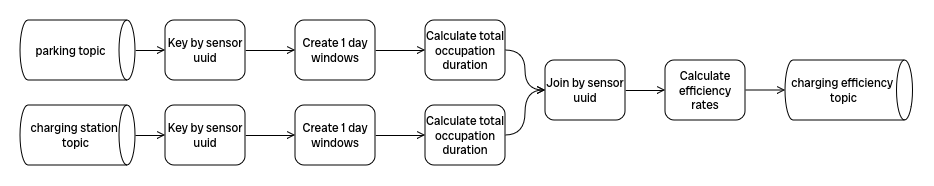
7Last/docs keeps this draw.io diagram as images/specifica_tecnica/charging_efficiency_flow.png. Above is the earlier version. Source tidied: cells renumbered, new cells last; positions are measured from the earlier drawing's top-left corner, leaving out a move shared by most shapes. Its diagram source:
```xml
<mxGraphModel>
  <root>
    <mxCell id="0" />
    <mxCell id="1" parent="0" />
    <mxCell id="2" style="edgeStyle=orthogonalEdgeStyle;rounded=0;jettySize=auto;html=1;entryX=0;entryY=0.5;entryDx=0;entryDy=0;endArrow=open;endFill=0;fontFamily=Radio Canada Big;fontSource=https%3A%2F%2Ffonts.googleapis.com%2Fcss%3Ffamily%3DRadio%2BCanada%2BBig;" parent="1" edge="1" target="6">
      <mxGeometry relative="1" as="geometry">
        <mxPoint x="115" y="58" as="sourcePoint" />
      </mxGeometry>
    </mxCell>
    <mxCell id="3" style="shape=cylinder3;whiteSpace=wrap;html=1;boundedLbl=1;backgroundOutline=1;size=8;rotation=90;fontFamily=Radio Canada Big;fontSource=https%3A%2F%2Ffonts.googleapis.com%2Fcss%3Ffamily%3DRadio%2BCanada%2BBig;" parent="1" vertex="1">
      <mxGeometry x="27.5" y="85.5" width="60" height="115" as="geometry" />
    </mxCell>
    <mxCell id="4" value="&lt;div&gt;charging station&amp;nbsp;&lt;/div&gt;&lt;div&gt;topic&lt;/div&gt;" style="text;html=1;align=center;verticalAlign=middle;strokeColor=none;fillColor=none;fontFamily=Radio Canada Big;fontSource=https%3A%2F%2Ffonts.googleapis.com%2Fcss%3Ffamily%3DRadio%2BCanada%2BBig;" parent="1" vertex="1">
      <mxGeometry y="123" width="110" height="40" as="geometry" />
    </mxCell>
    <mxCell id="5" style="edgeStyle=orthogonalEdgeStyle;shape=connector;rounded=0;jettySize=auto;html=1;exitX=1;exitY=0.5;exitDx=0;exitDy=0;strokeColor=default;align=center;verticalAlign=middle;fontFamily=Radio Canada Big;fontSize=11;fontColor=default;labelBackgroundColor=default;endArrow=open;endFill=0;fontSource=https%3A%2F%2Ffonts.googleapis.com%2Fcss%3Ffamily%3DRadio%2BCanada%2BBig;" parent="1" edge="1" source="6" target="11">
      <mxGeometry relative="1" as="geometry" />
    </mxCell>
    <mxCell id="6" value="Key by sensor uuid" style="rounded=1;whiteSpace=wrap;html=1;fontFamily=Radio Canada Big;fontSource=https%3A%2F%2Ffonts.googleapis.com%2Fcss%3Ffamily%3DRadio%2BCanada%2BBig;" parent="1" vertex="1">
      <mxGeometry x="145" y="28" width="80" height="60" as="geometry" />
    </mxCell>
    <mxCell id="7" style="edgeStyle=orthogonalEdgeStyle;rounded=0;jettySize=auto;html=1;entryX=0;entryY=0.5;entryDx=0;entryDy=0;exitX=0.5;exitY=0;exitDx=0;exitDy=0;exitPerimeter=0;endArrow=open;endFill=0;fontFamily=Radio Canada Big;fontSource=https%3A%2F%2Ffonts.googleapis.com%2Fcss%3Ffamily%3DRadio%2BCanada%2BBig;" parent="1" edge="1" source="3" target="9">
      <mxGeometry relative="1" as="geometry" />
    </mxCell>
    <mxCell id="8" style="edgeStyle=orthogonalEdgeStyle;shape=connector;rounded=0;jettySize=auto;html=1;exitX=1;exitY=0.5;exitDx=0;exitDy=0;entryX=0;entryY=0.5;entryDx=0;entryDy=0;strokeColor=default;align=center;verticalAlign=middle;fontFamily=Radio Canada Big;fontSize=11;fontColor=default;labelBackgroundColor=default;endArrow=open;endFill=0;fontSource=https%3A%2F%2Ffonts.googleapis.com%2Fcss%3Ffamily%3DRadio%2BCanada%2BBig;" parent="1" edge="1" source="9" target="13">
      <mxGeometry relative="1" as="geometry" />
    </mxCell>
    <mxCell id="9" value="Key by sensor uuid&lt;br&gt;" style="rounded=1;whiteSpace=wrap;html=1;fontFamily=Radio Canada Big;fontSource=https%3A%2F%2Ffonts.googleapis.com%2Fcss%3Ffamily%3DRadio%2BCanada%2BBig;" parent="1" vertex="1">
      <mxGeometry x="145" y="113" width="80" height="60" as="geometry" />
    </mxCell>
    <mxCell id="10" style="edgeStyle=orthogonalEdgeStyle;shape=connector;rounded=0;jettySize=auto;html=1;exitX=1;exitY=0.5;exitDx=0;exitDy=0;entryX=0;entryY=0.5;entryDx=0;entryDy=0;strokeColor=default;align=center;verticalAlign=middle;fontFamily=Radio Canada Big;fontSize=11;fontColor=default;labelBackgroundColor=default;endArrow=open;endFill=0;fontSource=https%3A%2F%2Ffonts.googleapis.com%2Fcss%3Ffamily%3DRadio%2BCanada%2BBig;" parent="1" edge="1" source="11" target="15">
      <mxGeometry relative="1" as="geometry" />
    </mxCell>
    <mxCell id="11" value="Create 1 day windows" style="rounded=1;whiteSpace=wrap;html=1;fontFamily=Radio Canada Big;fontSource=https%3A%2F%2Ffonts.googleapis.com%2Fcss%3Ffamily%3DRadio%2BCanada%2BBig;" parent="1" vertex="1">
      <mxGeometry x="275" y="28" width="80" height="60" as="geometry" />
    </mxCell>
    <mxCell id="12" style="edgeStyle=orthogonalEdgeStyle;shape=connector;rounded=0;jettySize=auto;html=1;exitX=1;exitY=0.5;exitDx=0;exitDy=0;entryX=0;entryY=0.5;entryDx=0;entryDy=0;strokeColor=default;align=center;verticalAlign=middle;fontFamily=Radio Canada Big;fontSize=11;fontColor=default;labelBackgroundColor=default;endArrow=open;endFill=0;fontSource=https%3A%2F%2Ffonts.googleapis.com%2Fcss%3Ffamily%3DRadio%2BCanada%2BBig;" parent="1" edge="1" source="13" target="17">
      <mxGeometry relative="1" as="geometry" />
    </mxCell>
    <mxCell id="13" value="Create 1 day windows" style="rounded=1;whiteSpace=wrap;html=1;fontFamily=Radio Canada Big;fontSource=https%3A%2F%2Ffonts.googleapis.com%2Fcss%3Ffamily%3DRadio%2BCanada%2BBig;" parent="1" vertex="1">
      <mxGeometry x="275" y="113" width="80" height="60" as="geometry" />
    </mxCell>
    <mxCell id="14" style="edgeStyle=orthogonalEdgeStyle;shape=connector;rounded=0;jettySize=auto;html=1;exitX=1;exitY=0.5;exitDx=0;exitDy=0;entryX=0;entryY=0.5;entryDx=0;entryDy=0;strokeColor=default;align=center;verticalAlign=middle;fontFamily=Radio Canada Big;fontSize=11;fontColor=default;labelBackgroundColor=default;endArrow=open;endFill=0;curved=1;fontSource=https%3A%2F%2Ffonts.googleapis.com%2Fcss%3Ffamily%3DRadio%2BCanada%2BBig;" parent="1" edge="1" source="15" target="19">
      <mxGeometry relative="1" as="geometry" />
    </mxCell>
    <mxCell id="15" value="Calculate total occupation duration" style="rounded=1;whiteSpace=wrap;html=1;fontFamily=Radio Canada Big;fontSource=https%3A%2F%2Ffonts.googleapis.com%2Fcss%3Ffamily%3DRadio%2BCanada%2BBig;" parent="1" vertex="1">
      <mxGeometry x="405" y="28" width="80" height="60" as="geometry" />
    </mxCell>
    <mxCell id="16" style="edgeStyle=orthogonalEdgeStyle;shape=connector;rounded=0;jettySize=auto;html=1;exitX=1;exitY=0.5;exitDx=0;exitDy=0;entryX=0;entryY=0.5;entryDx=0;entryDy=0;strokeColor=default;align=center;verticalAlign=middle;fontFamily=Radio Canada Big;fontSize=11;fontColor=default;labelBackgroundColor=default;endArrow=open;endFill=0;curved=1;fontSource=https%3A%2F%2Ffonts.googleapis.com%2Fcss%3Ffamily%3DRadio%2BCanada%2BBig;" parent="1" edge="1" source="17" target="19">
      <mxGeometry relative="1" as="geometry" />
    </mxCell>
    <mxCell id="17" value="Calculate total occupation duration" style="rounded=1;whiteSpace=wrap;html=1;fontFamily=Radio Canada Big;fontSource=https%3A%2F%2Ffonts.googleapis.com%2Fcss%3Ffamily%3DRadio%2BCanada%2BBig;" parent="1" vertex="1">
      <mxGeometry x="405" y="113" width="80" height="60" as="geometry" />
    </mxCell>
    <mxCell id="18" style="edgeStyle=orthogonalEdgeStyle;shape=connector;rounded=0;jettySize=auto;html=1;exitX=1;exitY=0.5;exitDx=0;exitDy=0;entryX=0;entryY=0.5;entryDx=0;entryDy=0;strokeColor=default;align=center;verticalAlign=middle;fontFamily=Radio Canada Big;fontSize=11;fontColor=default;labelBackgroundColor=default;endArrow=open;endFill=0;fontSource=https%3A%2F%2Ffonts.googleapis.com%2Fcss%3Ffamily%3DRadio%2BCanada%2BBig;" parent="1" edge="1" source="19" target="21">
      <mxGeometry relative="1" as="geometry" />
    </mxCell>
    <mxCell id="19" value="Join by sensor uuid" style="rounded=1;whiteSpace=wrap;html=1;fontFamily=Radio Canada Big;fontSource=https%3A%2F%2Ffonts.googleapis.com%2Fcss%3Ffamily%3DRadio%2BCanada%2BBig;" parent="1" vertex="1">
      <mxGeometry x="525" y="68" width="80" height="60" as="geometry" />
    </mxCell>
    <mxCell id="20" style="edgeStyle=orthogonalEdgeStyle;shape=connector;rounded=0;jettySize=auto;html=1;exitX=1;exitY=0.5;exitDx=0;exitDy=0;entryX=0;entryY=0.5;entryDx=0;entryDy=0;strokeColor=default;align=center;verticalAlign=middle;fontFamily=Radio Canada Big;fontSize=11;fontColor=default;labelBackgroundColor=default;endArrow=open;endFill=0;fontSource=https%3A%2F%2Ffonts.googleapis.com%2Fcss%3Ffamily%3DRadio%2BCanada%2BBig;" parent="1" edge="1" source="21">
      <mxGeometry relative="1" as="geometry">
        <mxPoint x="765" y="98" as="targetPoint" />
      </mxGeometry>
    </mxCell>
    <mxCell id="21" value="Calculate efficiency rates" style="rounded=1;whiteSpace=wrap;html=1;fontFamily=Radio Canada Big;fontSource=https%3A%2F%2Ffonts.googleapis.com%2Fcss%3Ffamily%3DRadio%2BCanada%2BBig;" parent="1" vertex="1">
      <mxGeometry x="645" y="68" width="80" height="60" as="geometry" />
    </mxCell>
    <mxCell id="22" style="shape=cylinder3;whiteSpace=wrap;html=1;boundedLbl=1;backgroundOutline=1;size=8;rotation=90;fontFamily=Radio Canada Big;fontSource=https%3A%2F%2Ffonts.googleapis.com%2Fcss%3Ffamily%3DRadio%2BCanada%2BBig;" parent="1" vertex="1">
      <mxGeometry x="27.5" y="0.5" width="60" height="115" as="geometry" />
    </mxCell>
    <mxCell id="23" value="parking topic" style="text;html=1;align=center;verticalAlign=middle;strokeColor=none;fillColor=none;fontFamily=Radio Canada Big;fontSource=https%3A%2F%2Ffonts.googleapis.com%2Fcss%3Ffamily%3DRadio%2BCanada%2BBig;" parent="1" vertex="1">
      <mxGeometry x="5" y="43" width="90" height="30" as="geometry" />
    </mxCell>
    <mxCell id="24" style="shape=cylinder3;whiteSpace=wrap;html=1;boundedLbl=1;backgroundOutline=1;size=8;rotation=90;fontFamily=Radio Canada Big;fontSource=https%3A%2F%2Ffonts.googleapis.com%2Fcss%3Ffamily%3DRadio%2BCanada%2BBig;" parent="1" vertex="1">
      <mxGeometry x="798.8" y="34.2" width="60" height="127.5" as="geometry" />
    </mxCell>
    <mxCell id="25" value="&lt;div&gt;charging efficiency&amp;nbsp;&lt;/div&gt;&lt;div&gt;topic&lt;/div&gt;" style="text;html=1;align=center;verticalAlign=middle;strokeColor=none;fillColor=none;fontFamily=Radio Canada Big;fontSource=https%3A%2F%2Ffonts.googleapis.com%2Fcss%3Ffamily%3DRadio%2BCanada%2BBig;" parent="1" vertex="1">
      <mxGeometry x="758" y="78" width="130" height="40" as="geometry" />
    </mxCell>
  </root>
</mxGraphModel>
```
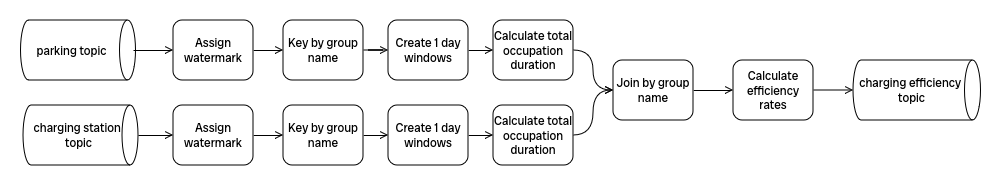
After the commit.

What changed in the source:
```diff
@@ -2,43 +2,41 @@
   <root>
     <mxCell id="0" />
     <mxCell id="1" parent="0" />
-    <mxCell id="2" style="edgeStyle=orthogonalEdgeStyle;rounded=0;jettySize=auto;html=1;entryX=0;entryY=0.5;entryDx=0;entryDy=0;endArrow=open;endFill=0;fontFamily=Radio Canada Big;fontSource=https%3A%2F%2Ffonts.googleapis.com%2Fcss%3Ffamily%3DRadio%2BCanada%2BBig;" parent="1" edge="1" target="6">
-      <mxGeometry relative="1" as="geometry">
-        <mxPoint x="115" y="58" as="sourcePoint" />
-      </mxGeometry>
+    <mxCell id="2" style="rounded=0;jettySize=auto;html=1;entryX=0;entryY=0.5;entryDx=0;entryDy=0;endArrow=open;endFill=0;fontFamily=Radio Canada Big;fontSource=https%3A%2F%2Ffonts.googleapis.com%2Fcss%3Ffamily%3DRadio%2BCanada%2BBig;exitX=1;exitY=0.5;exitDx=0;exitDy=0;" parent="1" edge="1" source="27" target="6">
+      <mxGeometry relative="1" as="geometry" />
     </mxCell>
     <mxCell id="3" style="shape=cylinder3;whiteSpace=wrap;html=1;boundedLbl=1;backgroundOutline=1;size=8;rotation=90;fontFamily=Radio Canada Big;fontSource=https%3A%2F%2Ffonts.googleapis.com%2Fcss%3Ffamily%3DRadio%2BCanada%2BBig;" parent="1" vertex="1">
-      <mxGeometry x="27.5" y="85.5" width="60" height="115" as="geometry" />
+      <mxGeometry x="-37.5" y="85.5" width="60" height="115" as="geometry" />
     </mxCell>
     <mxCell id="4" value="&lt;div&gt;charging station&amp;nbsp;&lt;/div&gt;&lt;div&gt;topic&lt;/div&gt;" style="text;html=1;align=center;verticalAlign=middle;strokeColor=none;fillColor=none;fontFamily=Radio Canada Big;fontSource=https%3A%2F%2Ffonts.googleapis.com%2Fcss%3Ffamily%3DRadio%2BCanada%2BBig;" parent="1" vertex="1">
-      <mxGeometry y="123" width="110" height="40" as="geometry" />
+      <mxGeometry x="-65" y="123" width="110" height="40" as="geometry" />
     </mxCell>
     <mxCell id="5" style="edgeStyle=orthogonalEdgeStyle;shape=connector;rounded=0;jettySize=auto;html=1;exitX=1;exitY=0.5;exitDx=0;exitDy=0;strokeColor=default;align=center;verticalAlign=middle;fontFamily=Radio Canada Big;fontSize=11;fontColor=default;labelBackgroundColor=default;endArrow=open;endFill=0;fontSource=https%3A%2F%2Ffonts.googleapis.com%2Fcss%3Ffamily%3DRadio%2BCanada%2BBig;" parent="1" edge="1" source="6" target="11">
       <mxGeometry relative="1" as="geometry" />
     </mxCell>
-    <mxCell id="6" value="Key by sensor uuid" style="rounded=1;whiteSpace=wrap;html=1;fontFamily=Radio Canada Big;fontSource=https%3A%2F%2Ffonts.googleapis.com%2Fcss%3Ffamily%3DRadio%2BCanada%2BBig;" parent="1" vertex="1">
-      <mxGeometry x="145" y="28" width="80" height="60" as="geometry" />
+    <mxCell id="6" value="Key by group name" style="rounded=1;whiteSpace=wrap;html=1;fontFamily=Radio Canada Big;fontSource=https%3A%2F%2Ffonts.googleapis.com%2Fcss%3Ffamily%3DRadio%2BCanada%2BBig;" parent="1" vertex="1">
+      <mxGeometry x="195" y="28" width="80" height="60" as="geometry" />
     </mxCell>
-    <mxCell id="7" style="edgeStyle=orthogonalEdgeStyle;rounded=0;jettySize=auto;html=1;entryX=0;entryY=0.5;entryDx=0;entryDy=0;exitX=0.5;exitY=0;exitDx=0;exitDy=0;exitPerimeter=0;endArrow=open;endFill=0;fontFamily=Radio Canada Big;fontSource=https%3A%2F%2Ffonts.googleapis.com%2Fcss%3Ffamily%3DRadio%2BCanada%2BBig;" parent="1" edge="1" source="3" target="9">
+    <mxCell id="7" style="edgeStyle=orthogonalEdgeStyle;rounded=0;jettySize=auto;html=1;entryX=0;entryY=0.5;entryDx=0;entryDy=0;exitX=1;exitY=0.5;exitDx=0;exitDy=0;endArrow=open;endFill=0;fontFamily=Radio Canada Big;fontSource=https%3A%2F%2Ffonts.googleapis.com%2Fcss%3Ffamily%3DRadio%2BCanada%2BBig;" parent="1" edge="1" source="29" target="9">
       <mxGeometry relative="1" as="geometry" />
     </mxCell>
     <mxCell id="8" style="edgeStyle=orthogonalEdgeStyle;shape=connector;rounded=0;jettySize=auto;html=1;exitX=1;exitY=0.5;exitDx=0;exitDy=0;entryX=0;entryY=0.5;entryDx=0;entryDy=0;strokeColor=default;align=center;verticalAlign=middle;fontFamily=Radio Canada Big;fontSize=11;fontColor=default;labelBackgroundColor=default;endArrow=open;endFill=0;fontSource=https%3A%2F%2Ffonts.googleapis.com%2Fcss%3Ffamily%3DRadio%2BCanada%2BBig;" parent="1" edge="1" source="9" target="13">
       <mxGeometry relative="1" as="geometry" />
     </mxCell>
-    <mxCell id="9" value="Key by sensor uuid&lt;br&gt;" style="rounded=1;whiteSpace=wrap;html=1;fontFamily=Radio Canada Big;fontSource=https%3A%2F%2Ffonts.googleapis.com%2Fcss%3Ffamily%3DRadio%2BCanada%2BBig;" parent="1" vertex="1">
-      <mxGeometry x="145" y="113" width="80" height="60" as="geometry" />
+    <mxCell id="9" value="Key by group name" style="rounded=1;whiteSpace=wrap;html=1;fontFamily=Radio Canada Big;fontSource=https%3A%2F%2Ffonts.googleapis.com%2Fcss%3Ffamily%3DRadio%2BCanada%2BBig;" parent="1" vertex="1">
+      <mxGeometry x="195" y="113" width="80" height="60" as="geometry" />
     </mxCell>
     <mxCell id="10" style="edgeStyle=orthogonalEdgeStyle;shape=connector;rounded=0;jettySize=auto;html=1;exitX=1;exitY=0.5;exitDx=0;exitDy=0;entryX=0;entryY=0.5;entryDx=0;entryDy=0;strokeColor=default;align=center;verticalAlign=middle;fontFamily=Radio Canada Big;fontSize=11;fontColor=default;labelBackgroundColor=default;endArrow=open;endFill=0;fontSource=https%3A%2F%2Ffonts.googleapis.com%2Fcss%3Ffamily%3DRadio%2BCanada%2BBig;" parent="1" edge="1" source="11" target="15">
       <mxGeometry relative="1" as="geometry" />
     </mxCell>
     <mxCell id="11" value="Create 1 day windows" style="rounded=1;whiteSpace=wrap;html=1;fontFamily=Radio Canada Big;fontSource=https%3A%2F%2Ffonts.googleapis.com%2Fcss%3Ffamily%3DRadio%2BCanada%2BBig;" parent="1" vertex="1">
-      <mxGeometry x="275" y="28" width="80" height="60" as="geometry" />
+      <mxGeometry x="300" y="28" width="80" height="60" as="geometry" />
     </mxCell>
     <mxCell id="12" style="edgeStyle=orthogonalEdgeStyle;shape=connector;rounded=0;jettySize=auto;html=1;exitX=1;exitY=0.5;exitDx=0;exitDy=0;entryX=0;entryY=0.5;entryDx=0;entryDy=0;strokeColor=default;align=center;verticalAlign=middle;fontFamily=Radio Canada Big;fontSize=11;fontColor=default;labelBackgroundColor=default;endArrow=open;endFill=0;fontSource=https%3A%2F%2Ffonts.googleapis.com%2Fcss%3Ffamily%3DRadio%2BCanada%2BBig;" parent="1" edge="1" source="13" target="17">
       <mxGeometry relative="1" as="geometry" />
     </mxCell>
     <mxCell id="13" value="Create 1 day windows" style="rounded=1;whiteSpace=wrap;html=1;fontFamily=Radio Canada Big;fontSource=https%3A%2F%2Ffonts.googleapis.com%2Fcss%3Ffamily%3DRadio%2BCanada%2BBig;" parent="1" vertex="1">
-      <mxGeometry x="275" y="113" width="80" height="60" as="geometry" />
+      <mxGeometry x="300" y="113" width="80" height="60" as="geometry" />
     </mxCell>
     <mxCell id="14" style="edgeStyle=orthogonalEdgeStyle;shape=connector;rounded=0;jettySize=auto;html=1;exitX=1;exitY=0.5;exitDx=0;exitDy=0;entryX=0;entryY=0.5;entryDx=0;entryDy=0;strokeColor=default;align=center;verticalAlign=middle;fontFamily=Radio Canada Big;fontSize=11;fontColor=default;labelBackgroundColor=default;endArrow=open;endFill=0;curved=1;fontSource=https%3A%2F%2Ffonts.googleapis.com%2Fcss%3Ffamily%3DRadio%2BCanada%2BBig;" parent="1" edge="1" source="15" target="19">
       <mxGeometry relative="1" as="geometry" />
@@ -55,7 +53,7 @@
     <mxCell id="18" style="edgeStyle=orthogonalEdgeStyle;shape=connector;rounded=0;jettySize=auto;html=1;exitX=1;exitY=0.5;exitDx=0;exitDy=0;entryX=0;entryY=0.5;entryDx=0;entryDy=0;strokeColor=default;align=center;verticalAlign=middle;fontFamily=Radio Canada Big;fontSize=11;fontColor=default;labelBackgroundColor=default;endArrow=open;endFill=0;fontSource=https%3A%2F%2Ffonts.googleapis.com%2Fcss%3Ffamily%3DRadio%2BCanada%2BBig;" parent="1" edge="1" source="19" target="21">
       <mxGeometry relative="1" as="geometry" />
     </mxCell>
-    <mxCell id="19" value="Join by sensor uuid" style="rounded=1;whiteSpace=wrap;html=1;fontFamily=Radio Canada Big;fontSource=https%3A%2F%2Ffonts.googleapis.com%2Fcss%3Ffamily%3DRadio%2BCanada%2BBig;" parent="1" vertex="1">
+    <mxCell id="19" value="Join by group name" style="rounded=1;whiteSpace=wrap;html=1;fontFamily=Radio Canada Big;fontSource=https%3A%2F%2Ffonts.googleapis.com%2Fcss%3Ffamily%3DRadio%2BCanada%2BBig;" parent="1" vertex="1">
       <mxGeometry x="525" y="68" width="80" height="60" as="geometry" />
     </mxCell>
     <mxCell id="20" style="edgeStyle=orthogonalEdgeStyle;shape=connector;rounded=0;jettySize=auto;html=1;exitX=1;exitY=0.5;exitDx=0;exitDy=0;entryX=0;entryY=0.5;entryDx=0;entryDy=0;strokeColor=default;align=center;verticalAlign=middle;fontFamily=Radio Canada Big;fontSize=11;fontColor=default;labelBackgroundColor=default;endArrow=open;endFill=0;fontSource=https%3A%2F%2Ffonts.googleapis.com%2Fcss%3Ffamily%3DRadio%2BCanada%2BBig;" parent="1" edge="1" source="21">
@@ -67,10 +65,10 @@
       <mxGeometry x="645" y="68" width="80" height="60" as="geometry" />
     </mxCell>
     <mxCell id="22" style="shape=cylinder3;whiteSpace=wrap;html=1;boundedLbl=1;backgroundOutline=1;size=8;rotation=90;fontFamily=Radio Canada Big;fontSource=https%3A%2F%2Ffonts.googleapis.com%2Fcss%3Ffamily%3DRadio%2BCanada%2BBig;" parent="1" vertex="1">
-      <mxGeometry x="27.5" y="0.5" width="60" height="115" as="geometry" />
+      <mxGeometry x="-40" y="0.5" width="60" height="115" as="geometry" />
     </mxCell>
     <mxCell id="23" value="parking topic" style="text;html=1;align=center;verticalAlign=middle;strokeColor=none;fillColor=none;fontFamily=Radio Canada Big;fontSource=https%3A%2F%2Ffonts.googleapis.com%2Fcss%3Ffamily%3DRadio%2BCanada%2BBig;" parent="1" vertex="1">
-      <mxGeometry x="5" y="43" width="90" height="30" as="geometry" />
+      <mxGeometry x="-62.5" y="43" width="90" height="30" as="geometry" />
     </mxCell>
     <mxCell id="24" style="shape=cylinder3;whiteSpace=wrap;html=1;boundedLbl=1;backgroundOutline=1;size=8;rotation=90;fontFamily=Radio Canada Big;fontSource=https%3A%2F%2Ffonts.googleapis.com%2Fcss%3Ffamily%3DRadio%2BCanada%2BBig;" parent="1" vertex="1">
       <mxGeometry x="798.8" y="34.2" width="60" height="127.5" as="geometry" />
@@ -78,5 +76,19 @@
     <mxCell id="25" value="&lt;div&gt;charging efficiency&amp;nbsp;&lt;/div&gt;&lt;div&gt;topic&lt;/div&gt;" style="text;html=1;align=center;verticalAlign=middle;strokeColor=none;fillColor=none;fontFamily=Radio Canada Big;fontSource=https%3A%2F%2Ffonts.googleapis.com%2Fcss%3Ffamily%3DRadio%2BCanada%2BBig;" parent="1" vertex="1">
       <mxGeometry x="758" y="78" width="130" height="40" as="geometry" />
     </mxCell>
+    <mxCell id="26" style="rounded=0;jettySize=auto;html=1;entryX=0;entryY=0.5;entryDx=0;entryDy=0;strokeColor=default;align=center;verticalAlign=middle;fontFamily=Radio Canada Big;fontSource=https%3A%2F%2Ffonts.googleapis.com%2Fcss%3Ffamily%3DRadio%2BCanada%2BBig;fontSize=11;fontColor=default;labelBackgroundColor=default;endArrow=open;endFill=0;" parent="1" edge="1" target="27">
+      <mxGeometry relative="1" as="geometry">
+        <mxPoint x="45" y="58" as="sourcePoint" />
+      </mxGeometry>
+    </mxCell>
+    <mxCell id="27" value="Assign watermark" style="rounded=1;whiteSpace=wrap;html=1;fontFamily=Radio Canada Big;fontSource=https%3A%2F%2Ffonts.googleapis.com%2Fcss%3Ffamily%3DRadio%2BCanada%2BBig;" parent="1" vertex="1">
+      <mxGeometry x="85" y="28" width="80" height="60" as="geometry" />
+    </mxCell>
+    <mxCell id="28" style="edgeStyle=orthogonalEdgeStyle;rounded=0;jettySize=auto;html=1;entryX=0;entryY=0.5;entryDx=0;entryDy=0;exitX=0.5;exitY=0;exitDx=0;exitDy=0;exitPerimeter=0;endArrow=open;endFill=0;fontFamily=Radio Canada Big;fontSource=https%3A%2F%2Ffonts.googleapis.com%2Fcss%3Ffamily%3DRadio%2BCanada%2BBig;" parent="1" edge="1" source="3" target="29">
+      <mxGeometry relative="1" as="geometry" />
+    </mxCell>
+    <mxCell id="29" value="Assign watermark" style="rounded=1;whiteSpace=wrap;html=1;fontFamily=Radio Canada Big;fontSource=https%3A%2F%2Ffonts.googleapis.com%2Fcss%3Ffamily%3DRadio%2BCanada%2BBig;" parent="1" vertex="1">
+      <mxGeometry x="85" y="113" width="80" height="60" as="geometry" />
+    </mxCell>
   </root>
 </mxGraphModel>
```
